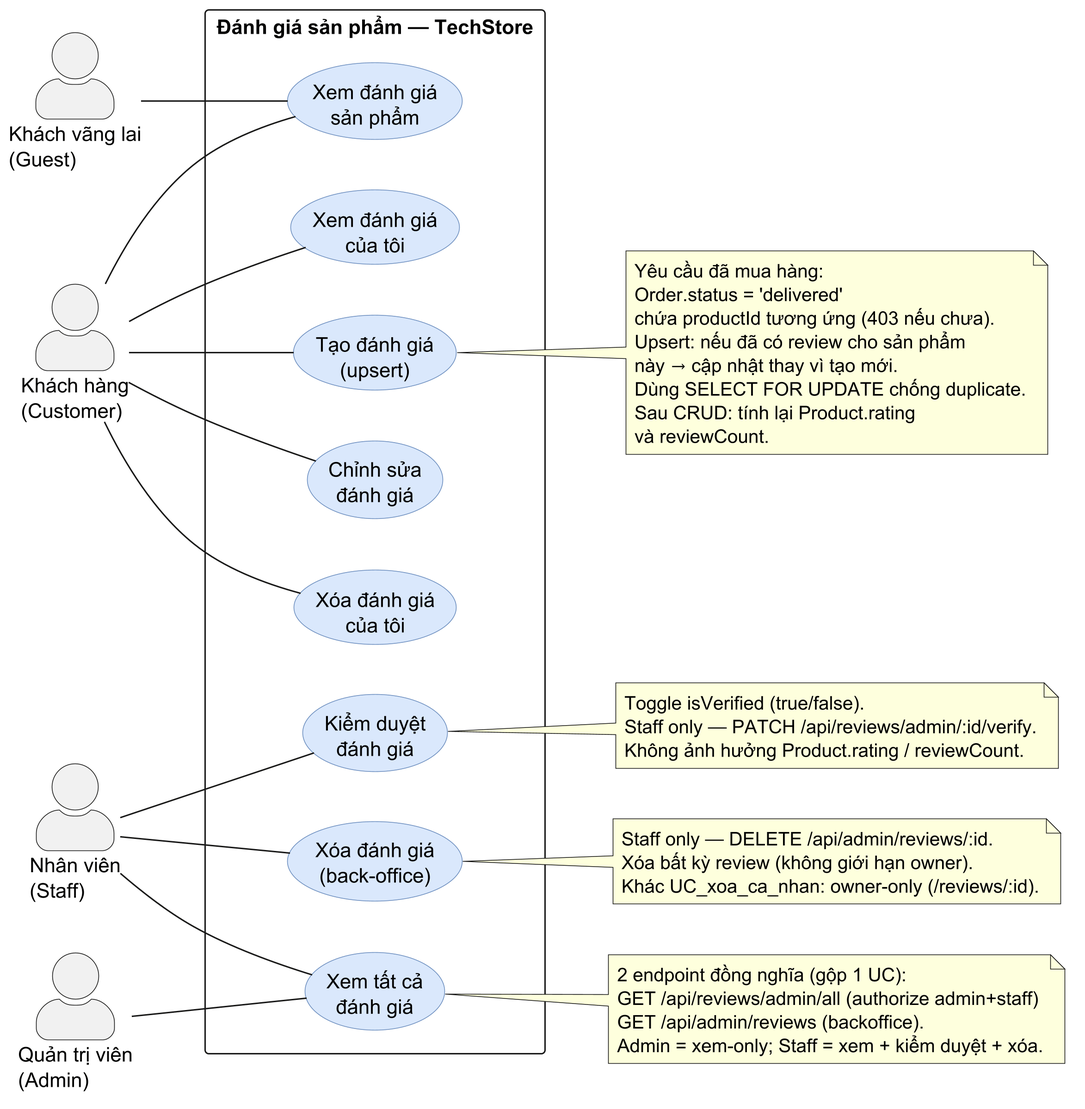
The PlantUML diagram diagrams/usecase/usecase-15-reviews.png in MinhThang1009/E-commerce-website, before a commit.
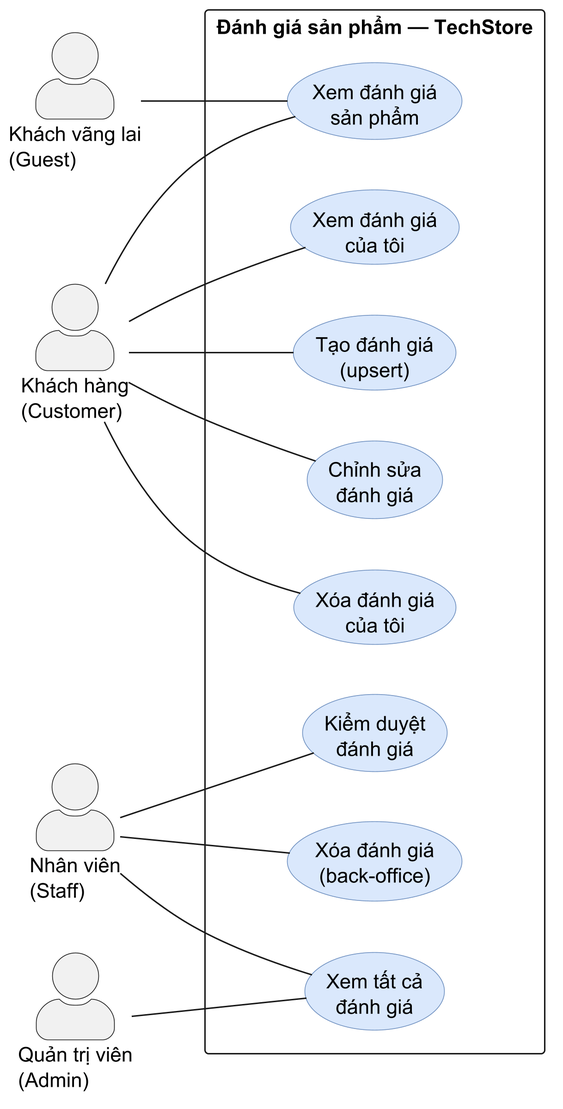
The same file after the commit.

The edit, as a diff of the source:
```diff
@@ -39,34 +39,8 @@
 
 admin -- UC_xem_tat_ca
 
-note right of UC_tao
-  Yêu cầu đã mua hàng:
-  Order.status = 'delivered'
-  chứa productId tương ứng (403 nếu chưa).
-  Upsert: nếu đã có review cho sản phẩm
-  này → cập nhật thay vì tạo mới.
-  Dùng SELECT FOR UPDATE chống duplicate.
-  Sau CRUD: tính lại Product.rating
-  và reviewCount.
-end note
 
-note right of UC_xem_tat_ca
-  2 endpoint đồng nghĩa (gộp 1 UC):
-  GET /api/reviews/admin/all (authorize admin+staff)
-  GET /api/admin/reviews (backoffice).
-  Admin = xem-only; Staff = xem + kiểm duyệt + xóa.
-end note
 
-note right of UC_kiem_duyet
-  Toggle isVerified (true/false).
-  Staff only — PATCH /api/reviews/admin/:id/verify.
-  Không ảnh hưởng Product.rating / reviewCount.
-end note
 
-note right of UC_xoa_admin
-  Staff only — DELETE /api/admin/reviews/:id.
-  Xóa bất kỳ review (không giới hạn owner).
-  Khác UC_xoa_ca_nhan: owner-only (/reviews/:id).
-end note
 
 @enduml
```
